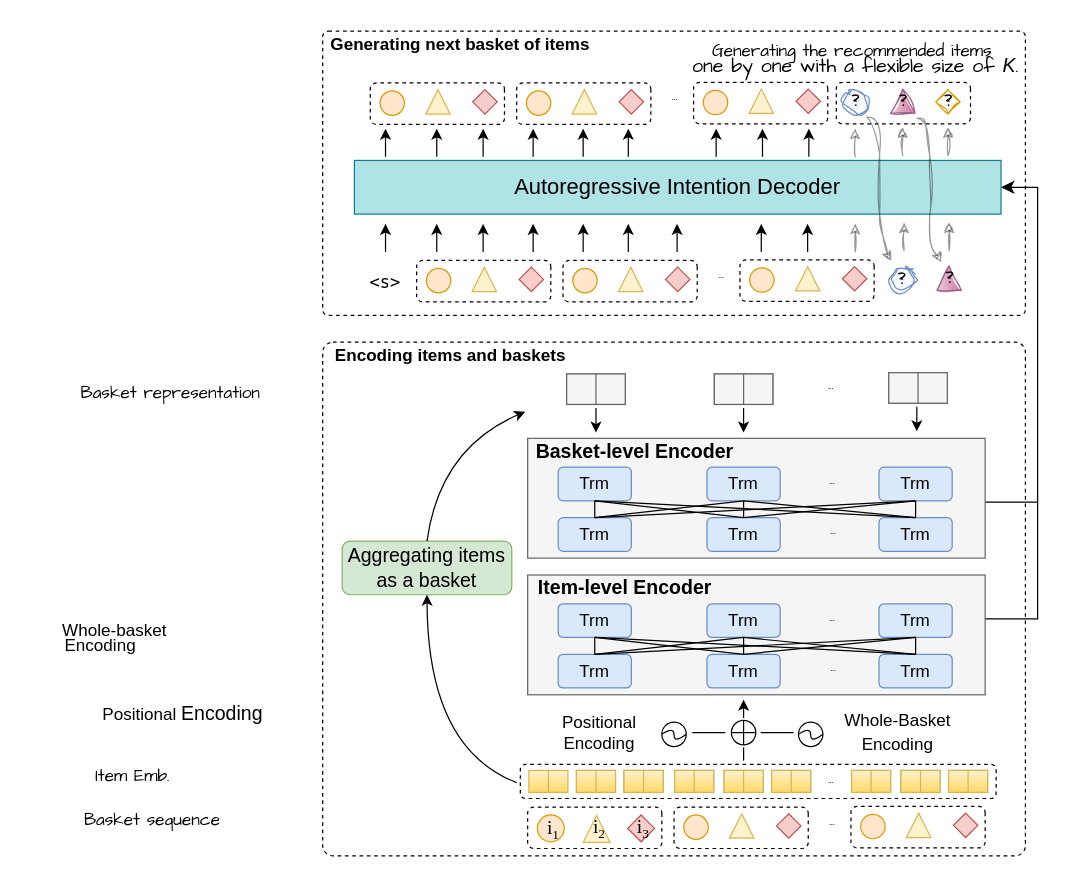
Before: architecture.drawio in wenqisun/data, a draw.io diagram. Source tidied: cells renumbered, new cells numbered last; positions are measured from the earlier drawing's top-left corner, leaving out a move shared by most shapes. Both pictures are drawn from the tidied source at 122%, with x=0, y=0 at pixel (20, 21).
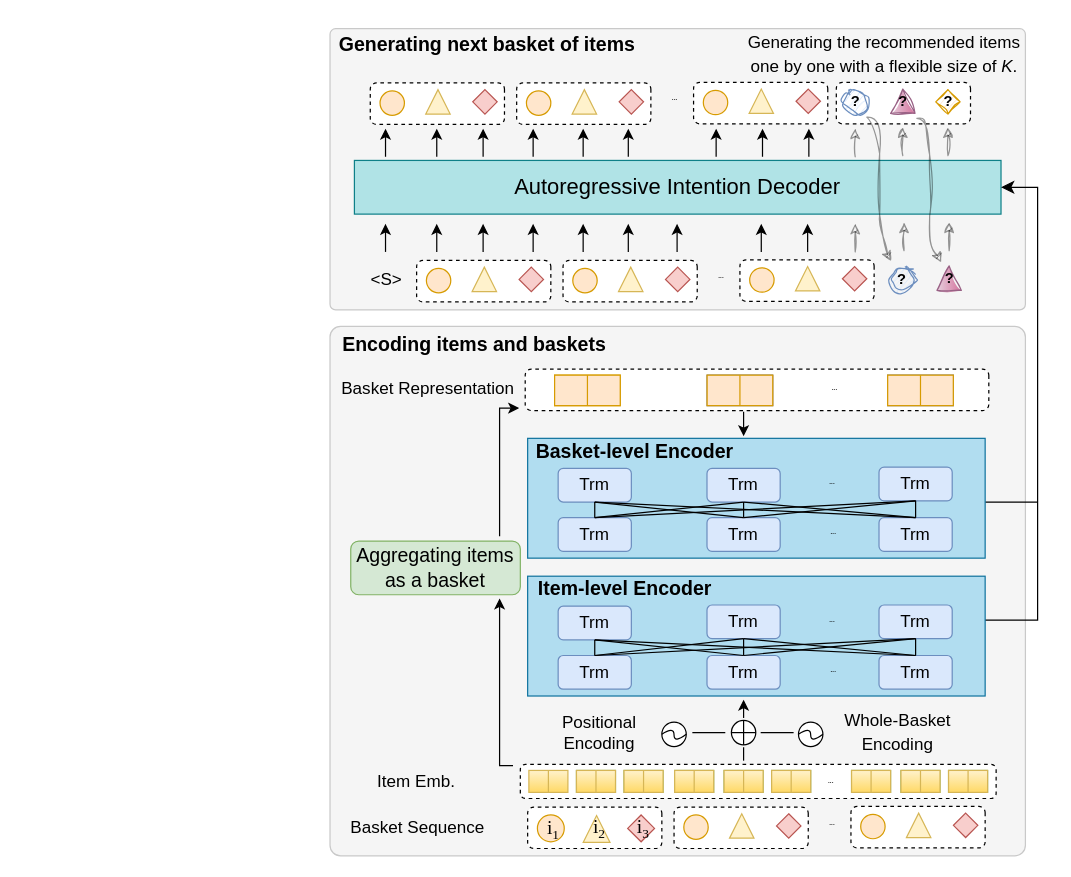
Above is the later version.

Unchanged cells that the change refers to:
```xml
<mxCell id="134" style="group;" parent="1" vertex="1">
  <mxGeometry x="415" y="336" width="376" height="116" as="geometry" />
</mxCell>
```

Diff of the diagram source:
```diff
@@
+    <mxCell id="184" style="rounded=1;whiteSpace=wrap;html=1;fontFamily=Comic Sans MS;fontSize=12;arcSize=2;fillColor=#f5f5f5;strokeColor=#C9C9C9;fontColor=#333333;" parent="1" vertex="1">
+      <mxGeometry x="254" y="6" width="570" height="230.5" as="geometry" />
+    </mxCell>
-    <mxCell id="2" style="rounded=1;whiteSpace=wrap;html=1;fontFamily=Comic Sans MS;fontSize=12;dashed=1;arcSize=2;" parent="1" vertex="1">
-      <mxGeometry x="248" y="263" width="576" height="421" as="geometry" />
+    <mxCell id="2" style="rounded=1;whiteSpace=wrap;html=1;fontFamily=Comic Sans MS;fontSize=12;arcSize=2;fillColor=#f5f5f5;strokeColor=#C9C9C9;fontColor=#333333;" parent="1" vertex="1">
+      <mxGeometry x="254" y="250" width="570" height="434" as="geometry" />
     </mxCell>
@@
-    <mxCell id="4" style="rounded=1;whiteSpace=wrap;html=1;fontFamily=Comic Sans MS;fontSize=12;dashed=1;arcSize=2;" parent="1" vertex="1">
-      <mxGeometry x="248" y="8" width="576" height="233" as="geometry" />
-    </mxCell>
@@
     <mxCell id="6" value="&lt;font style=&quot;font-size: 16px;&quot;&gt;Aggregating items &lt;br&gt;as a basket&lt;/font&gt;" style="rounded=1;whiteSpace=wrap;html=1;fontSize=14;fillColor=#d5e8d4;strokeColor=#82b366;" parent="1" vertex="1">
-      <mxGeometry x="264" y="426" width="139" height="44" as="geometry" />
+      <mxGeometry x="271" y="426" width="139" height="44" as="geometry" />
     </mxCell>
-    <mxCell id="7" value="&lt;p style=&quot;line-height: 0%;&quot;&gt;&lt;font style=&quot;font-size: 14px;&quot;&gt;&lt;font face=&quot;Comic Sans MS&quot; style=&quot;&quot;&gt;Basket&amp;nbsp;&lt;/font&gt;&lt;span style=&quot;font-family: &amp;quot;Comic Sans MS&amp;quot;; background-color: initial;&quot;&gt;sequence&lt;/span&gt;&lt;/font&gt;&lt;/p&gt;" style="text;strokeColor=none;align=center;fillColor=none;html=1;verticalAlign=middle;whiteSpace=wrap;rounded=0;dashed=1;" parent="1" vertex="1">
-      <mxGeometry x="54" y="639" width="108.5" height="30" as="geometry" />
-    </mxCell>
-    <mxCell id="8" style="curved=1;endArrow=classic;html=1;rounded=0;fontFamily=Comic Sans MS;fontSize=14;entryX=0.5;entryY=1;entryDx=0;entryDy=0;" parent="1" edge="1" target="6">
-      <mxGeometry relative="1" as="geometry">
-        <mxPoint x="407" y="624" as="sourcePoint" />
-        <Array as="points">
-          <mxPoint x="334" y="596" />
-        </Array>
-      </mxGeometry>
-    </mxCell>
-    <mxCell id="9" style="curved=1;endArrow=classic;html=1;rounded=0;fontFamily=Comic Sans MS;fontSize=14;exitX=0.5;exitY=0;exitDx=0;exitDy=0;" parent="1" edge="1" source="6">
-      <mxGeometry relative="1" as="geometry">
-        <mxPoint x="414" y="320" as="targetPoint" />
-        <Array as="points">
-          <mxPoint x="344" y="350" />
-        </Array>
-      </mxGeometry>
-    </mxCell>
-    <mxCell id="10" value="&lt;p style=&quot;line-height: 0%;&quot;&gt;&lt;font face=&quot;Comic Sans MS&quot;&gt;&lt;span style=&quot;font-size: 11px;&quot;&gt;...&lt;/span&gt;&lt;/font&gt;&lt;/p&gt;" style="text;strokeColor=none;align=center;fillColor=none;html=1;verticalAlign=middle;whiteSpace=wrap;rounded=0;dashed=1;" parent="1" vertex="1">
-      <mxGeometry x="650" y="283" width="30" height="30" as="geometry" />
-    </mxCell>
@@
-    <mxCell id="16" value="&lt;p style=&quot;line-height: 0%;&quot;&gt;&lt;font style=&quot;font-size: 14px;&quot; face=&quot;Comic Sans MS&quot;&gt;Item Emb.&lt;/font&gt;&lt;/p&gt;" style="text;strokeColor=none;align=center;fillColor=none;html=1;verticalAlign=middle;whiteSpace=wrap;rounded=0;dashed=1;" parent="1" vertex="1">
-      <mxGeometry x="54" y="603" width="76.5" height="30" as="geometry" />
-    </mxCell>
-    <mxCell id="17" value="&lt;p style=&quot;line-height: 0%;&quot;&gt;&lt;font style=&quot;font-size: 14px;&quot;&gt;&amp;nbsp; &amp;nbsp; &amp;nbsp; Whole-basket&lt;/font&gt;&lt;/p&gt;&lt;p style=&quot;line-height: 0%;&quot;&gt;&lt;span style=&quot;font-size: 14px;&quot;&gt;Encoding&lt;/span&gt;&lt;/p&gt;" style="text;strokeColor=none;align=center;fillColor=none;html=1;verticalAlign=middle;whiteSpace=wrap;rounded=0;dashed=1;" parent="1" vertex="1">
-      <mxGeometry x="0.5" y="490" width="130" height="30" as="geometry" />
-    </mxCell>
-    <mxCell id="18" value="&lt;p style=&quot;line-height: 0%;&quot;&gt;&lt;font style=&quot;font-size: 14px;&quot;&gt;Positional&amp;nbsp;&lt;/font&gt;&lt;span style=&quot;font-size: medium; background-color: initial;&quot;&gt;Encoding&lt;/span&gt;&lt;/p&gt;" style="text;strokeColor=none;align=center;fillColor=none;html=1;verticalAlign=middle;whiteSpace=wrap;rounded=0;dashed=1;" parent="1" vertex="1">
-      <mxGeometry x="84" y="550" width="98.5" height="35" as="geometry" />
-    </mxCell>
@@
-    <mxCell id="52" style="endArrow=classic;html=1;rounded=0;fontFamily=Comic Sans MS;fontSize=11;" parent="1" edge="1">
-      <mxGeometry relative="1" as="geometry">
-        <mxPoint x="472" y="317" as="sourcePoint" />
-        <mxPoint x="472" y="337" as="targetPoint" />
-      </mxGeometry>
-    </mxCell>
     <mxCell id="53" style="endArrow=classic;html=1;rounded=0;fontFamily=Comic Sans MS;fontSize=11;" parent="1" edge="1">
       <mxGeometry relative="1" as="geometry">
-        <mxPoint x="593" y="317" as="sourcePoint" />
-        <mxPoint x="593" y="337" as="targetPoint" />
+        <mxPoint x="593" y="320" as="sourcePoint" />
+        <mxPoint x="593" y="340" as="targetPoint" />
       </mxGeometry>
     </mxCell>
@@
-    <mxCell id="55" style="endArrow=classic;html=1;rounded=0;fontFamily=Comic Sans MS;fontSize=11;" parent="1" edge="1">
-      <mxGeometry relative="1" as="geometry">
-        <mxPoint x="735" y="316" as="sourcePoint" />
-        <mxPoint x="735" y="336" as="targetPoint" />
-      </mxGeometry>
-    </mxCell>
-    <mxCell id="56" style="group;fillColor=#f5f5f5;strokeColor=#666666;fontColor=#333333;" parent="1" vertex="1">
-      <mxGeometry x="712" y="288" width="48" height="25" as="geometry" />
-    </mxCell>
-    <mxCell id="57" style="rounded=0;whiteSpace=wrap;html=1;fontFamily=Comic Sans MS;fontSize=11;fillColor=#f5f5f5;strokeColor=#666666;fontColor=#333333;" parent="56" vertex="1">
-      <mxGeometry width="48" height="25" as="geometry" />
-    </mxCell>
-    <mxCell id="58" style="endArrow=none;html=1;rounded=0;fontFamily=Comic Sans MS;fontSize=11;entryX=0.5;entryY=0;entryDx=0;entryDy=0;exitX=0.5;exitY=1;exitDx=0;exitDy=0;fillColor=#f5f5f5;strokeColor=#666666;" parent="56" edge="1" source="57" target="57">
-      <mxGeometry relative="1" as="geometry" />
-    </mxCell>
-    <mxCell id="59" style="group;fillColor=#f5f5f5;strokeColor=#666666;fontColor=#333333;" parent="1" vertex="1">
-      <mxGeometry x="569" y="289" width="48" height="25" as="geometry" />
-    </mxCell>
-    <mxCell id="60" style="rounded=0;whiteSpace=wrap;html=1;fontFamily=Comic Sans MS;fontSize=11;fillColor=#f5f5f5;strokeColor=#666666;fontColor=#333333;" parent="59" vertex="1">
-      <mxGeometry width="48" height="25" as="geometry" />
-    </mxCell>
-    <mxCell id="61" style="endArrow=none;html=1;rounded=0;fontFamily=Comic Sans MS;fontSize=11;entryX=0.5;entryY=0;entryDx=0;entryDy=0;exitX=0.5;exitY=1;exitDx=0;exitDy=0;fillColor=#f5f5f5;strokeColor=#666666;" parent="59" edge="1" source="60" target="60">
-      <mxGeometry relative="1" as="geometry" />
-    </mxCell>
-    <mxCell id="62" style="group;fillColor=#f5f5f5;strokeColor=#666666;fontColor=#333333;" parent="1" vertex="1">
-      <mxGeometry x="448" y="289" width="48" height="25" as="geometry" />
-    </mxCell>
-    <mxCell id="63" style="rounded=0;whiteSpace=wrap;html=1;fontFamily=Comic Sans MS;fontSize=11;fillColor=#f5f5f5;strokeColor=#666666;fontColor=#333333;" parent="62" vertex="1">
-      <mxGeometry width="48" height="25" as="geometry" />
-    </mxCell>
-    <mxCell id="64" style="endArrow=none;html=1;rounded=0;fontFamily=Comic Sans MS;fontSize=11;entryX=0.5;entryY=0;entryDx=0;entryDy=0;exitX=0.5;exitY=1;exitDx=0;exitDy=0;fillColor=#f5f5f5;strokeColor=#666666;" parent="62" edge="1" source="63" target="63">
-      <mxGeometry relative="1" as="geometry" />
-    </mxCell>
@@
-    <mxCell id="79" value="&amp;lt;s&amp;gt;" style="text;strokeColor=none;align=center;fillColor=none;html=1;verticalAlign=middle;whiteSpace=wrap;rounded=0;fontSize=14;fontFamily=Lucida Console;" parent="1" vertex="1">
-      <mxGeometry x="282" y="194" width="35" height="40" as="geometry" />
+    <mxCell id="79" value="&lt;font face=&quot;Helvetica&quot;&gt;&amp;lt;S&amp;gt;&lt;/font&gt;" style="text;strokeColor=none;align=center;fillColor=none;html=1;verticalAlign=middle;whiteSpace=wrap;rounded=0;fontSize=14;fontFamily=Lucida Console;" parent="1" vertex="1">
+      <mxGeometry x="283" y="192" width="35" height="40" as="geometry" />
     </mxCell>
@@
-    <mxCell id="113" value="&lt;font face=&quot;Comic Sans MS&quot;&gt;&lt;b&gt;?&lt;/b&gt;&lt;/font&gt;" style="ellipse;whiteSpace=wrap;html=1;fillColor=#dae8fc;strokeColor=#6c8ebf;sketch=1;curveFitting=1;jiggle=2;" parent="1" vertex="1">
+    <mxCell id="113" value="&lt;b style=&quot;&quot;&gt;?&lt;/b&gt;" style="ellipse;whiteSpace=wrap;html=1;fillColor=#dae8fc;strokeColor=#6c8ebf;sketch=1;curveFitting=1;jiggle=2;" parent="1" vertex="1">
       <mxGeometry x="674.5" y="56" width="20" height="20" as="geometry" />
     </mxCell>
-    <mxCell id="114" value="&lt;font style=&quot;font-size: 12px;&quot;&gt;&lt;b&gt;?&lt;/b&gt;&lt;/font&gt;" style="rhombus;whiteSpace=wrap;html=1;fontFamily=Comic Sans MS;fontSize=14;fillColor=#ffe6cc;strokeColor=#d79b00;sketch=1;curveFitting=1;jiggle=2;" parent="1" vertex="1">
+    <mxCell id="114" value="&lt;font face=&quot;Helvetica&quot; style=&quot;font-size: 12px;&quot;&gt;&lt;b&gt;?&lt;/b&gt;&lt;/font&gt;" style="rhombus;whiteSpace=wrap;html=1;fontFamily=Comic Sans MS;fontSize=14;fillColor=#ffe6cc;strokeColor=#d79b00;sketch=1;curveFitting=1;jiggle=2;" parent="1" vertex="1">
       <mxGeometry x="750.5" y="56" width="20" height="20" as="geometry" />
     </mxCell>
-    <mxCell id="115" value="&lt;font face=&quot;Comic Sans MS&quot;&gt;&lt;b&gt;?&lt;/b&gt;&lt;/font&gt;" style="ellipse;whiteSpace=wrap;html=1;fillColor=#dae8fc;strokeColor=#6c8ebf;sketch=1;curveFitting=1;jiggle=2;" parent="1" vertex="1">
+    <mxCell id="115" value="&lt;b style=&quot;&quot;&gt;?&lt;/b&gt;" style="ellipse;whiteSpace=wrap;html=1;fillColor=#dae8fc;strokeColor=#6c8ebf;sketch=1;curveFitting=1;jiggle=2;" parent="1" vertex="1">
       <mxGeometry x="713" y="201.5" width="20" height="20" as="geometry" />
     </mxCell>
-    <mxCell id="116" value="&lt;font style=&quot;font-size: 12px;&quot;&gt;&lt;b&gt;?&lt;/b&gt;&lt;/font&gt;" style="triangle;whiteSpace=wrap;html=1;fontFamily=Comic Sans MS;fontSize=14;direction=north;fillColor=#e6d0de;strokeColor=#996185;sketch=1;curveFitting=1;jiggle=2;gradientColor=#d5739d;" parent="1" vertex="1">
+    <mxCell id="116" value="&lt;font face=&quot;Helvetica&quot; style=&quot;font-size: 12px;&quot;&gt;&lt;b&gt;?&lt;/b&gt;&lt;/font&gt;" style="triangle;whiteSpace=wrap;html=1;fontFamily=Comic Sans MS;fontSize=14;direction=north;fillColor=#e6d0de;strokeColor=#996185;sketch=1;curveFitting=1;jiggle=2;gradientColor=#d5739d;" parent="1" vertex="1">
       <mxGeometry x="751.5" y="200.5" width="20" height="20" as="geometry" />
     </mxCell>
-    <mxCell id="117" value="&lt;font face=&quot;Helvetica&quot; style=&quot;font-size: 14px;&quot;&gt;&lt;b style=&quot;&quot;&gt;Encoding items and baskets&lt;/b&gt;&lt;/font&gt;" style="text;strokeColor=none;align=center;fillColor=none;html=1;verticalAlign=middle;whiteSpace=wrap;rounded=0;fontSize=12;fontFamily=Comic Sans MS;" parent="1" vertex="1">
-      <mxGeometry x="251" y="259" width="204" height="30" as="geometry" />
+    <mxCell id="117" value="&lt;font size=&quot;1&quot; face=&quot;Helvetica&quot; style=&quot;&quot;&gt;&lt;b style=&quot;font-size: 16px;&quot;&gt;Encoding items and baskets&lt;/b&gt;&lt;/font&gt;" style="text;strokeColor=none;align=center;fillColor=none;html=1;verticalAlign=middle;whiteSpace=wrap;rounded=0;fontSize=12;fontFamily=Comic Sans MS;" parent="1" vertex="1">
+      <mxGeometry x="251" y="250" width="243" height="30" as="geometry" />
     </mxCell>
-    <mxCell id="118" value="&lt;p style=&quot;line-height: 0%;&quot;&gt;&lt;font style=&quot;font-size: 14px;&quot; face=&quot;Comic Sans MS&quot;&gt;Basket representation&lt;/font&gt;&lt;/p&gt;" style="text;strokeColor=none;align=center;fillColor=none;html=1;verticalAlign=middle;whiteSpace=wrap;rounded=0;dashed=1;" parent="1" vertex="1">
-      <mxGeometry x="44" y="289" width="159" height="30" as="geometry" />
-    </mxCell>
-    <mxCell id="119" value="&lt;font face=&quot;Helvetica&quot; style=&quot;font-size: 14px;&quot;&gt;&lt;b style=&quot;&quot;&gt;Generating next basket of items&lt;/b&gt;&lt;/font&gt;" style="text;strokeColor=none;align=center;fillColor=none;html=1;verticalAlign=middle;whiteSpace=wrap;rounded=0;fontSize=12;fontFamily=Comic Sans MS;" parent="1" vertex="1">
-      <mxGeometry x="248" y="4" width="226" height="30" as="geometry" />
+    <mxCell id="119" value="&lt;font size=&quot;1&quot; face=&quot;Helvetica&quot; style=&quot;&quot;&gt;&lt;b style=&quot;font-size: 16px;&quot;&gt;Generating next basket of items&lt;/b&gt;&lt;/font&gt;" style="text;strokeColor=none;align=center;fillColor=none;html=1;verticalAlign=middle;whiteSpace=wrap;rounded=0;fontSize=12;fontFamily=Comic Sans MS;" parent="1" vertex="1">
+      <mxGeometry x="255" y="4" width="256" height="30" as="geometry" />
     </mxCell>
-    <mxCell id="120" value="&lt;p style=&quot;line-height: 0%;&quot;&gt;&lt;font style=&quot;font-size: 14px;&quot;&gt;&lt;font face=&quot;Comic Sans MS&quot;&gt;Generating the recommended&amp;nbsp;&lt;/font&gt;&lt;font style=&quot;background-color: initial;&quot; face=&quot;Comic Sans MS&quot;&gt;items&amp;nbsp;&lt;/font&gt;&lt;/font&gt;&lt;/p&gt;&lt;p style=&quot;line-height: 0%;&quot;&gt;&lt;font size=&quot;3&quot;&gt;&lt;span style=&quot;background-color: initial; font-family: &amp;quot;Comic Sans MS&amp;quot;;&quot;&gt;one by one&amp;nbsp;&lt;/span&gt;&lt;span style=&quot;background-color: initial; font-family: &amp;quot;Comic Sans MS&amp;quot;;&quot;&gt;with a flexible size of &lt;/span&gt;&lt;i style=&quot;background-color: initial;&quot;&gt;K&lt;/i&gt;&lt;span style=&quot;background-color: initial; font-family: &amp;quot;Comic Sans MS&amp;quot;;&quot;&gt;.&lt;/span&gt;&lt;/font&gt;&lt;/p&gt;" style="text;strokeColor=none;align=center;fillColor=none;html=1;verticalAlign=middle;whiteSpace=wrap;rounded=0;dashed=1;" parent="1" vertex="1">
-      <mxGeometry x="543" width="284" height="60" as="geometry" />
-    </mxCell>
-    <mxCell id="121" value="&lt;font style=&quot;font-size: 12px;&quot;&gt;&lt;b&gt;?&lt;/b&gt;&lt;/font&gt;" style="triangle;whiteSpace=wrap;html=1;fontFamily=Comic Sans MS;fontSize=14;direction=north;fillColor=#e6d0de;strokeColor=#996185;sketch=1;curveFitting=1;jiggle=2;gradientColor=#d5739d;" parent="1" vertex="1">
+    <mxCell id="121" value="&lt;font face=&quot;Helvetica&quot; style=&quot;font-size: 12px;&quot;&gt;&lt;b&gt;?&lt;/b&gt;&lt;/font&gt;" style="triangle;whiteSpace=wrap;html=1;fontFamily=Comic Sans MS;fontSize=14;direction=north;fillColor=#e6d0de;strokeColor=#996185;sketch=1;curveFitting=1;jiggle=2;gradientColor=#d5739d;" parent="1" vertex="1">
       <mxGeometry x="713.5" y="55.5" width="20" height="20" as="geometry" />
     </mxCell>
@@
-    <mxCell id="135" style="rounded=0;whiteSpace=wrap;html=1;fillColor=#f5f5f5;fontColor=#333333;strokeColor=#666666;" parent="134" vertex="1">
+    <mxCell id="135" style="rounded=0;whiteSpace=wrap;html=1;fillColor=#b1ddf0;strokeColor=#10739e;" parent="134" vertex="1">
       <mxGeometry x="1" y="5.8" width="375" height="98.2" as="geometry" />
     </mxCell>
     <mxCell id="136" value="&lt;font style=&quot;font-size: 14px;&quot;&gt;Trm&lt;/font&gt;" style="rounded=1;whiteSpace=wrap;html=1;fillColor=#dae8fc;strokeColor=#6c8ebf;" parent="134" vertex="1">
-      <mxGeometry x="26" y="29.4" width="60" height="27.6" as="geometry" />
+      <mxGeometry x="26" y="30.4" width="60" height="27.6" as="geometry" />
     </mxCell>
     <mxCell id="137" value="&lt;font style=&quot;font-size: 14px;&quot;&gt;Trm&lt;/font&gt;" style="rounded=1;whiteSpace=wrap;html=1;fillColor=#dae8fc;strokeColor=#6c8ebf;" parent="134" vertex="1">
-      <mxGeometry x="148" y="29.4" width="60" height="27.6" as="geometry" />
+      <mxGeometry x="148" y="30.4" width="60" height="27.6" as="geometry" />
     </mxCell>
@@
     <mxCell id="154" style="group;" parent="1" vertex="1">
-      <mxGeometry x="415" y="448" width="376" height="116" as="geometry" />
+      <mxGeometry x="415" y="449" width="376" height="116" as="geometry" />
     </mxCell>
-    <mxCell id="155" style="rounded=0;whiteSpace=wrap;html=1;fillColor=#f5f5f5;fontColor=#333333;strokeColor=#666666;" parent="154" vertex="1">
+    <mxCell id="155" style="rounded=0;whiteSpace=wrap;html=1;fillColor=#b1ddf0;strokeColor=#10739e;" parent="154" vertex="1">
       <mxGeometry x="1" y="5.8" width="375" height="98.2" as="geometry" />
     </mxCell>
     <mxCell id="156" value="&lt;font style=&quot;font-size: 14px;&quot;&gt;Trm&lt;/font&gt;" style="rounded=1;whiteSpace=wrap;html=1;fillColor=#dae8fc;strokeColor=#6c8ebf;" parent="154" vertex="1">
-      <mxGeometry x="26" y="29.4" width="60" height="27.6" as="geometry" />
+      <mxGeometry x="26" y="30.4" width="60" height="27.6" as="geometry" />
     </mxCell>
@@
+    <mxCell id="185" style="endArrow=classic;html=1;rounded=0;fontFamily=Helvetica;fontSize=14;" parent="1" edge="1">
+      <mxGeometry relative="1" as="geometry">
+        <mxPoint x="404" y="610" as="sourcePoint" />
+        <mxPoint x="393" y="473" as="targetPoint" />
+        <Array as="points">
+          <mxPoint x="393" y="610" />
+        </Array>
+      </mxGeometry>
+    </mxCell>
+    <mxCell id="186" style="endArrow=classic;html=1;rounded=0;fontFamily=Helvetica;fontSize=14;" parent="1" edge="1">
+      <mxGeometry relative="1" as="geometry">
+        <mxPoint x="393" y="422" as="sourcePoint" />
+        <mxPoint x="409" y="317" as="targetPoint" />
+        <Array as="points">
+          <mxPoint x="393" y="317" />
+        </Array>
+      </mxGeometry>
+    </mxCell>
+    <mxCell id="187" style="group;" parent="1" vertex="1">
+      <mxGeometry x="414" y="284" width="380" height="35" as="geometry" />
+    </mxCell>
+    <mxCell id="188" style="rounded=1;whiteSpace=wrap;html=1;dashed=1;direction=south;" parent="187" vertex="1">
+      <mxGeometry y="1" width="380" height="34" as="geometry" />
+    </mxCell>
+    <mxCell id="10" value="&lt;p style=&quot;line-height: 0%;&quot;&gt;&lt;font face=&quot;Comic Sans MS&quot;&gt;&lt;span style=&quot;font-size: 11px;&quot;&gt;...&lt;/span&gt;&lt;/font&gt;&lt;/p&gt;" style="text;strokeColor=none;align=center;fillColor=none;html=1;verticalAlign=middle;whiteSpace=wrap;rounded=0;dashed=1;" parent="187" vertex="1">
+      <mxGeometry x="236.6" width="33.6" height="30" as="geometry" />
+    </mxCell>
+    <mxCell id="62" style="group;fillColor=#ffcd28;strokeColor=#d79b00;gradientColor=#ffa500;" parent="187" vertex="1">
+      <mxGeometry x="24.1" y="6" width="53.8" height="25" as="geometry" />
+    </mxCell>
+    <mxCell id="63" style="rounded=0;whiteSpace=wrap;html=1;fontFamily=Comic Sans MS;fontSize=11;fillColor=#ffe6cc;strokeColor=#d79b00;" parent="62" vertex="1">
+      <mxGeometry width="53.8" height="25" as="geometry" />
+    </mxCell>
+    <mxCell id="64" style="endArrow=none;html=1;rounded=0;fontFamily=Comic Sans MS;fontSize=11;entryX=0.5;entryY=0;entryDx=0;entryDy=0;exitX=0.5;exitY=1;exitDx=0;exitDy=0;fillColor=#ffe6cc;strokeColor=#d79b00;" parent="62" edge="1" source="63" target="63">
+      <mxGeometry relative="1" as="geometry" />
+    </mxCell>
+    <mxCell id="189" style="group;fillColor=#f5f5f5;strokeColor=#666666;fontColor=#333333;" parent="1" vertex="1">
+      <mxGeometry x="563.1" y="290" width="53.8" height="25" as="geometry" />
+    </mxCell>
+    <mxCell id="190" style="rounded=0;whiteSpace=wrap;html=1;fontFamily=Comic Sans MS;fontSize=11;fillColor=#ffe6cc;strokeColor=#d79b00;" parent="189" vertex="1">
+      <mxGeometry width="53.8" height="25" as="geometry" />
+    </mxCell>
+    <mxCell id="191" style="endArrow=none;html=1;rounded=0;fontFamily=Comic Sans MS;fontSize=11;entryX=0.5;entryY=0;entryDx=0;entryDy=0;exitX=0.5;exitY=1;exitDx=0;exitDy=0;fillColor=#ffe6cc;strokeColor=#d79b00;" parent="189" edge="1" source="190" target="190">
+      <mxGeometry relative="1" as="geometry" />
+    </mxCell>
+    <mxCell id="192" style="group;fillColor=#f5f5f5;strokeColor=#666666;fontColor=#333333;" parent="1" vertex="1">
+      <mxGeometry x="711.1" y="290" width="53.8" height="25" as="geometry" />
+    </mxCell>
+    <mxCell id="193" style="rounded=0;whiteSpace=wrap;html=1;fontFamily=Comic Sans MS;fontSize=11;fillColor=#ffe6cc;strokeColor=#d79b00;" parent="192" vertex="1">
+      <mxGeometry width="53.8" height="25" as="geometry" />
+    </mxCell>
+    <mxCell id="194" style="endArrow=none;html=1;rounded=0;fontFamily=Comic Sans MS;fontSize=11;entryX=0.5;entryY=0;entryDx=0;entryDy=0;exitX=0.5;exitY=1;exitDx=0;exitDy=0;fillColor=#ffe6cc;strokeColor=#d79b00;" parent="192" edge="1" source="193" target="193">
+      <mxGeometry relative="1" as="geometry" />
+    </mxCell>
+    <mxCell id="195" value="Basket Representation" style="text;strokeColor=none;align=center;fillColor=none;html=1;verticalAlign=middle;whiteSpace=wrap;rounded=0;fontSize=14;fontFamily=Helvetica;" parent="1" vertex="1">
+      <mxGeometry x="253" y="285.5" width="163" height="30" as="geometry" />
+    </mxCell>
+    <mxCell id="16" value="&lt;font style=&quot;font-size: 14px;&quot;&gt;Item Emb.&lt;/font&gt;" style="text;strokeColor=none;align=center;fillColor=none;html=1;verticalAlign=middle;whiteSpace=wrap;rounded=0;fontSize=16;fontFamily=Helvetica;" parent="1" vertex="1">
+      <mxGeometry x="270" y="606.5" width="110" height="30" as="geometry" />
+    </mxCell>
+    <mxCell id="196" value="Basket Sequence" style="text;strokeColor=none;align=center;fillColor=none;html=1;verticalAlign=middle;whiteSpace=wrap;rounded=0;fontSize=14;fontFamily=Helvetica;" parent="1" vertex="1">
+      <mxGeometry x="251" y="646" width="150" height="30" as="geometry" />
+    </mxCell>
+    <mxCell id="120" value="&lt;font style=&quot;font-size: 14px;&quot;&gt;Generating the recommended items one by one with a flexible size of &lt;i&gt;K&lt;/i&gt;.&lt;/font&gt;" style="text;strokeColor=none;align=center;fillColor=none;html=1;verticalAlign=middle;whiteSpace=wrap;rounded=0;fontSize=16;fontFamily=Helvetica;" parent="1" vertex="1">
+      <mxGeometry x="588" y="6" width="241" height="40" as="geometry" />
+    </mxCell>
```
